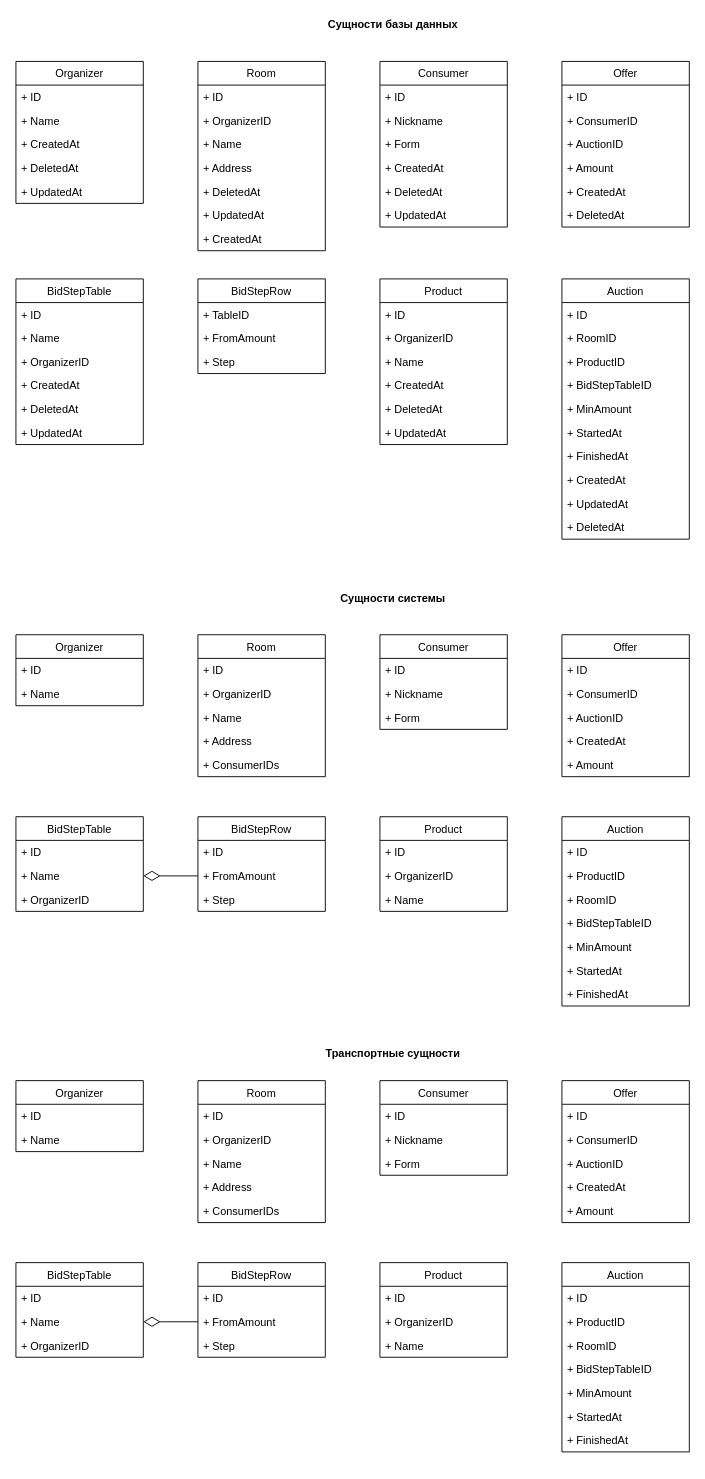
This is docs/uml-lab02-3.drawio from maxhha/iu7-2022-sd-labs, a draw.io file, before an edit. Source tidied: cells renumbered, new cells numbered last; positions are measured from the earlier drawing's top-left corner, leaving out a move shared by most shapes. Both pictures are drawn from the tidied source at 91%, with x=0, y=0 at pixel (15, 15).
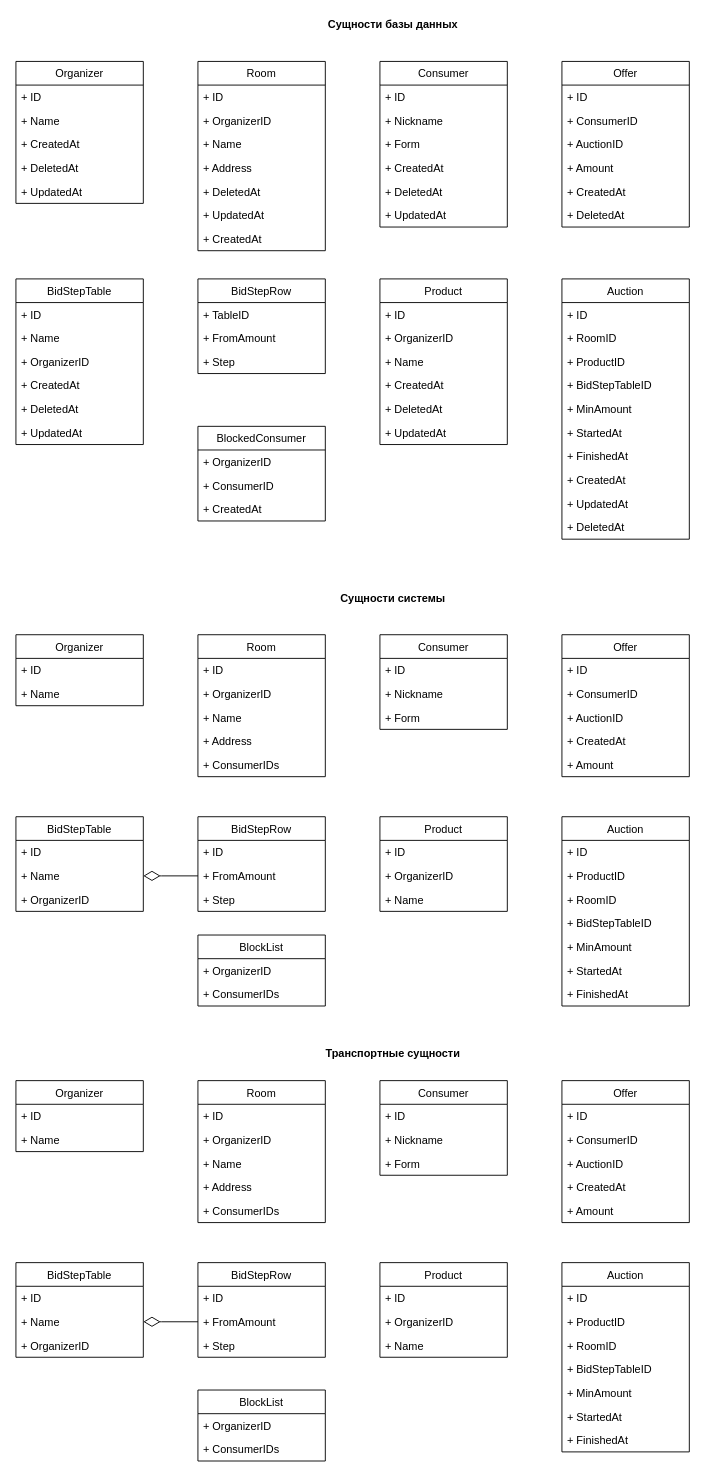
The same diagram, later.

Change to the diagram source:
```diff
@@
+    <mxCell id="142" value="BlockedConsumer" style="swimlane;fontStyle=0;horizontal=1;startSize=26;fillColor=none;" parent="1" vertex="1">
+      <mxGeometry x="200" y="451" width="140" height="104" as="geometry" />
+    </mxCell>
+    <mxCell id="143" value="+ OrganizerID" style="text;strokeColor=none;fillColor=none;align=left;verticalAlign=top;spacingLeft=4;spacingRight=4;overflow=hidden;" parent="142" vertex="1">
+      <mxGeometry y="26" width="140" height="26" as="geometry" />
+    </mxCell>
+    <mxCell id="144" value="+ ConsumerID" style="text;strokeColor=none;fillColor=none;align=left;verticalAlign=top;spacingLeft=4;spacingRight=4;overflow=hidden;" parent="142" vertex="1">
+      <mxGeometry y="52" width="140" height="26" as="geometry" />
+    </mxCell>
+    <mxCell id="145" value="+ CreatedAt" style="text;strokeColor=none;fillColor=none;align=left;verticalAlign=top;spacingLeft=4;spacingRight=4;overflow=hidden;" parent="142" vertex="1">
+      <mxGeometry y="78" width="140" height="26" as="geometry" />
+    </mxCell>
+    <mxCell id="146" value="BlockList" style="swimlane;fontStyle=0;horizontal=1;startSize=26;fillColor=none;" parent="1" vertex="1">
+      <mxGeometry x="200" y="1010" width="140" height="78" as="geometry" />
+    </mxCell>
+    <mxCell id="147" value="+ OrganizerID" style="text;strokeColor=none;fillColor=none;align=left;verticalAlign=top;spacingLeft=4;spacingRight=4;overflow=hidden;" parent="146" vertex="1">
+      <mxGeometry y="26" width="140" height="26" as="geometry" />
+    </mxCell>
+    <mxCell id="148" value="+ ConsumerIDs" style="text;strokeColor=none;fillColor=none;align=left;verticalAlign=top;spacingLeft=4;spacingRight=4;overflow=hidden;" parent="146" vertex="1">
+      <mxGeometry y="52" width="140" height="26" as="geometry" />
+    </mxCell>
+    <mxCell id="149" value="BlockList" style="swimlane;fontStyle=0;horizontal=1;startSize=26;fillColor=none;" parent="1" vertex="1">
+      <mxGeometry x="200" y="1510" width="140" height="78" as="geometry" />
+    </mxCell>
+    <mxCell id="150" value="+ OrganizerID" style="text;strokeColor=none;fillColor=none;align=left;verticalAlign=top;spacingLeft=4;spacingRight=4;overflow=hidden;" parent="149" vertex="1">
+      <mxGeometry y="26" width="140" height="26" as="geometry" />
+    </mxCell>
+    <mxCell id="151" value="+ ConsumerIDs" style="text;strokeColor=none;fillColor=none;align=left;verticalAlign=top;spacingLeft=4;spacingRight=4;overflow=hidden;" parent="149" vertex="1">
+      <mxGeometry y="52" width="140" height="26" as="geometry" />
+    </mxCell>
```
